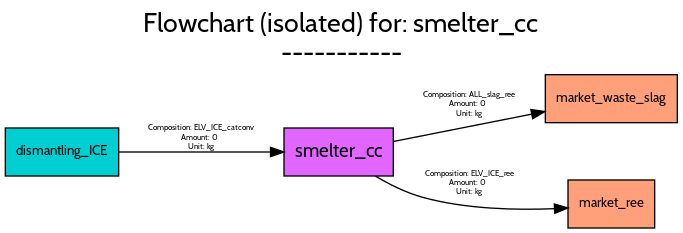
Before: src/examples/ELV/figures/flowcharts/processes/png/smelter_cc.png, a diagram exported from Graphviz (FutuRaM-Project/Recovery-Model). Its source is kept beside it as src/examples/ELV/figures/flowcharts/processes/dot/smelter_cc.dot.
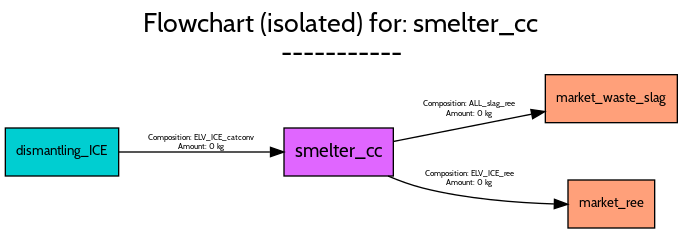
Later version of the same file.

The edit, as a diff of the source:
```diff
@@ -35,9 +35,8 @@
 		fontname=Cabin,
 		fontsize=6,
 		label="Composition: ALL_slag_ree
-Amount: 0
-Unit: kg",
-		lp="348,92.5",
+Amount: 0 kg",
+		lp="348,89",
 		pos="e,404.64,87.348 291.01,64.903 320.57,70.742 361.29,78.785 394.57,85.359"];
 	market_ree	[fillcolor=lightsalmon1,
 		fontname=Cabin,
@@ -51,10 +50,9 @@
 		fontname=Cabin,
 		fontsize=6,
 		label="Composition: ELV_ICE_ree
-Amount: 0
-Unit: kg",
-		lp="348,33.5",
-		pos="e,421.9,15.015 277.6,38.858 288.15,32.635 300.69,26.388 313,23 345.24,14.126 383.21,13.318 411.54,14.484"];
+Amount: 0 kg",
+		lp="348,37",
+		pos="e,421.77,17.79 287.02,38.974 295.37,35.459 304.35,32.19 313,30 345.41,21.795 383.22,18.929 411.45,18.041"];
 	dismantling_ICE	[fillcolor=darkturquoise,
 		fontname=Cabin,
 		fontsize=10,
@@ -67,8 +65,7 @@
 		fontname=Cabin,
 		fontsize=6,
 		label="Composition: ELV_ICE_catconv
-Amount: 0
-Unit: kg",
-		lp="147,67.5",
+Amount: 0 kg",
+		lp="147,64",
 		pos="e,208.87,57 85.086,57 117.82,57 163.58,57 198.43,57"];
 }
```
